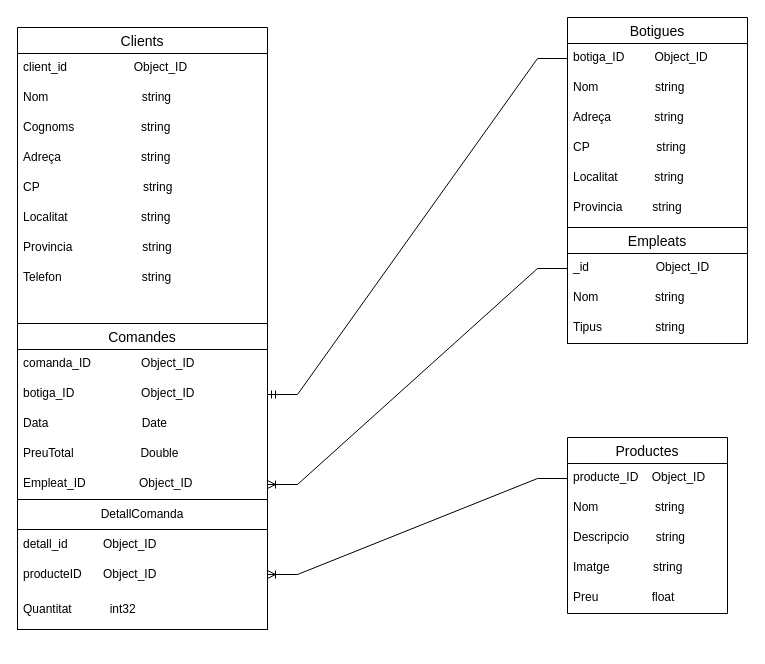
This is MongoDB/Entrega 2.3 - Estructures/pizzeria_tomas/DiagramPizzeria.drawio from tomsanmul/Sprint2, a draw.io file, before an edit. Source tidied: cells renumbered, new cells numbered last; positions are measured from the earlier drawing's top-left corner, leaving out a move shared by most shapes. Both pictures are drawn from the tidied source at 100%, with x=0, y=0 at pixel (17, 17).
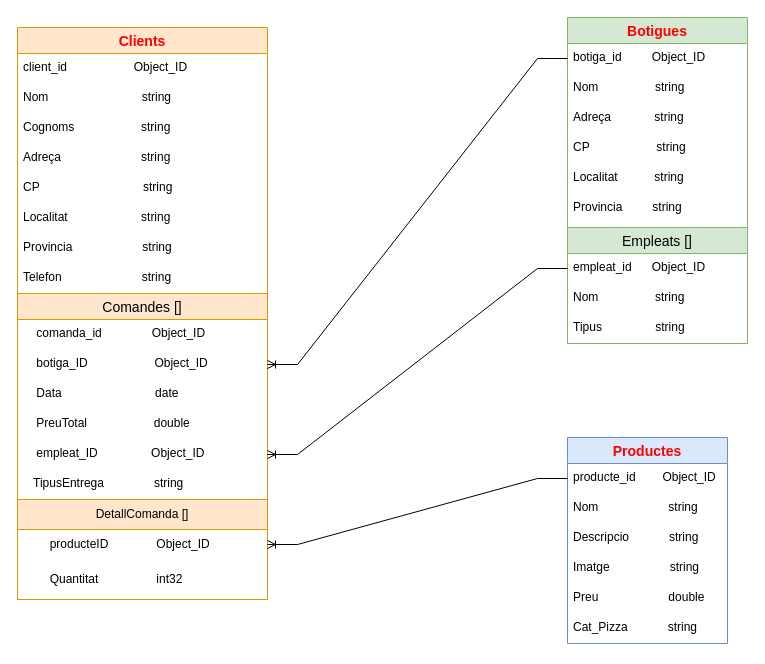
After the change.

Diff of the diagram source:
```diff
@@
-    <mxCell id="2" value="Clients" style="swimlane;fontStyle=0;horizontal=1;startSize=26;align=center;fontSize=14;" parent="1" vertex="1">
-      <mxGeometry y="10" width="250" height="602" as="geometry" />
+    <mxCell id="2" value="Clients" style="swimlane;fontStyle=1;horizontal=1;startSize=26;align=center;fontSize=14;fillColor=#ffe6cc;strokeColor=#d79b00;fontColor=#FF0000;" parent="1" vertex="1">
+      <mxGeometry y="10" width="250" height="572" as="geometry" />
     </mxCell>
@@
-    <mxCell id="11" style="text;strokeColor=none;fillColor=none;spacingLeft=4;spacingRight=4;overflow=hidden;fontSize=12;" parent="2" vertex="1">
-      <mxGeometry y="266" width="250" height="30" as="geometry" />
-    </mxCell>
-    <mxCell id="12" value="Comandes" style="swimlane;fontStyle=0;horizontal=1;startSize=26;align=center;fontSize=14;" parent="2" vertex="1">
-      <mxGeometry y="296" width="250" height="306" as="geometry" />
+    <mxCell id="12" value="Comandes []" style="swimlane;fontStyle=0;horizontal=1;startSize=26;align=center;fontSize=14;fillColor=#ffe6cc;strokeColor=#d79b00;" parent="2" vertex="1">
+      <mxGeometry y="266" width="250" height="306" as="geometry" />
     </mxCell>
-    <mxCell id="13" value="comanda_ID               Object_ID" style="text;strokeColor=none;fillColor=none;spacingLeft=4;spacingRight=4;overflow=hidden;fontSize=12;" parent="12" vertex="1">
+    <mxCell id="13" value="    comanda_id               Object_ID" style="text;strokeColor=none;fillColor=none;spacingLeft=4;spacingRight=4;overflow=hidden;fontSize=12;" parent="12" vertex="1">
       <mxGeometry y="26" width="250" height="30" as="geometry" />
     </mxCell>
-    <mxCell id="14" value="botiga_ID                    Object_ID" style="text;strokeColor=none;fillColor=none;spacingLeft=4;spacingRight=4;overflow=hidden;points=[[0,0.5],[1,0.5]];portConstraint=eastwest;fontSize=12;" parent="12" vertex="1">
+    <mxCell id="14" value="    botiga_ID                    Object_ID" style="text;strokeColor=none;fillColor=none;spacingLeft=4;spacingRight=4;overflow=hidden;points=[[0,0.5],[1,0.5]];portConstraint=eastwest;fontSize=12;" parent="12" vertex="1">
       <mxGeometry y="56" width="250" height="30" as="geometry" />
     </mxCell>
-    <mxCell id="15" value="Data                            Date" style="text;strokeColor=none;fillColor=none;spacingLeft=4;spacingRight=4;overflow=hidden;fontSize=12;" parent="12" vertex="1">
+    <mxCell id="15" value="    Data                            date" style="text;strokeColor=none;fillColor=none;spacingLeft=4;spacingRight=4;overflow=hidden;fontSize=12;" parent="12" vertex="1">
       <mxGeometry y="86" width="250" height="30" as="geometry" />
     </mxCell>
-    <mxCell id="16" value="PreuTotal                    Double" style="text;strokeColor=none;fillColor=none;spacingLeft=4;spacingRight=4;overflow=hidden;fontSize=12;" parent="12" vertex="1">
+    <mxCell id="16" value="    PreuTotal                    double" style="text;strokeColor=none;fillColor=none;spacingLeft=4;spacingRight=4;overflow=hidden;fontSize=12;" parent="12" vertex="1">
       <mxGeometry y="116" width="250" height="30" as="geometry" />
     </mxCell>
-    <mxCell id="17" value="Empleat_ID                Object_ID" style="text;strokeColor=none;fillColor=none;spacingLeft=4;spacingRight=4;overflow=hidden;points=[[0,0.5],[1,0.5]];portConstraint=eastwest;fontSize=12;" parent="12" vertex="1">
+    <mxCell id="17" value="    empleat_ID                Object_ID" style="text;strokeColor=none;fillColor=none;spacingLeft=4;spacingRight=4;overflow=hidden;points=[[0,0.5],[1,0.5]];portConstraint=eastwest;fontSize=12;" parent="12" vertex="1">
       <mxGeometry y="146" width="250" height="30" as="geometry" />
     </mxCell>
+    <mxCell id="42" value="   TipusEntrega               string" style="text;strokeColor=none;fillColor=none;spacingLeft=4;spacingRight=4;overflow=hidden;fontSize=12;" parent="12" vertex="1">
+      <mxGeometry y="176" width="250" height="30" as="geometry" />
+    </mxCell>
-    <mxCell id="18" value="DetallComanda" style="swimlane;fontStyle=0;horizontal=1;startSize=30;whiteSpace=wrap;html=1;" parent="12" vertex="1">
-      <mxGeometry y="176" width="250" height="130" as="geometry" />
+    <mxCell id="18" value="DetallComanda []" style="swimlane;fontStyle=0;horizontal=1;startSize=30;whiteSpace=wrap;html=1;fillColor=#ffe6cc;strokeColor=#d79b00;" parent="12" vertex="1">
+      <mxGeometry y="206" width="250" height="100" as="geometry" />
     </mxCell>
-    <mxCell id="19" value="detall_id&lt;span style=&quot;white-space: pre;&quot;&gt;&#9;&lt;/span&gt;&lt;span style=&quot;white-space: pre;&quot;&gt;&#9;&lt;/span&gt;Object_ID" style="text;strokeColor=none;fillColor=none;align=left;verticalAlign=middle;spacingLeft=4;spacingRight=4;overflow=hidden;whiteSpace=wrap;html=1;" parent="18" vertex="1">
-      <mxGeometry y="30" width="250" height="30" as="geometry" />
-    </mxCell>
-    <mxCell id="20" value="producteID&lt;span style=&quot;white-space: pre;&quot;&gt;&#9;&lt;/span&gt;Object_ID" style="text;strokeColor=none;fillColor=none;align=left;verticalAlign=middle;spacingLeft=4;spacingRight=4;overflow=hidden;points=[[0,0.5],[1,0.5]];portConstraint=eastwest;whiteSpace=wrap;html=1;" parent="18" vertex="1">
-      <mxGeometry y="60" width="250" height="30" as="geometry" />
+    <mxCell id="20" value="&lt;span style=&quot;white-space: pre;&quot;&gt;&#9;&lt;/span&gt;producteID&lt;span style=&quot;white-space: pre;&quot;&gt;&#9;&lt;span style=&quot;white-space: pre;&quot;&gt;&#9;&lt;/span&gt;&lt;/span&gt;Object_ID" style="text;strokeColor=none;fillColor=none;align=left;verticalAlign=middle;spacingLeft=4;spacingRight=4;overflow=hidden;points=[[0,0.5],[1,0.5]];portConstraint=eastwest;whiteSpace=wrap;html=1;" parent="18" vertex="1">
+      <mxGeometry y="30" width="250" height="30" as="geometry" />
     </mxCell>
-    <mxCell id="21" value="Quantitat&lt;span style=&quot;white-space: pre;&quot;&gt;&#9;&lt;/span&gt;&lt;span style=&quot;white-space: pre;&quot;&gt;&#9;&lt;/span&gt;&amp;nbsp; int32" style="text;strokeColor=none;fillColor=none;align=left;verticalAlign=middle;spacingLeft=4;spacingRight=4;overflow=hidden;whiteSpace=wrap;html=1;" parent="18" vertex="1">
-      <mxGeometry y="90" width="250" height="40" as="geometry" />
+    <mxCell id="21" value="&lt;span style=&quot;white-space: pre;&quot;&gt;&#9;&lt;/span&gt;Quantitat&lt;span style=&quot;white-space: pre;&quot;&gt;&#9;&lt;/span&gt;&lt;span style=&quot;white-space: pre;&quot;&gt;&#9;&lt;/span&gt;&amp;nbsp; &lt;span style=&quot;white-space: pre;&quot;&gt;&#9;&lt;/span&gt;int32" style="text;strokeColor=none;fillColor=none;align=left;verticalAlign=middle;spacingLeft=4;spacingRight=4;overflow=hidden;whiteSpace=wrap;html=1;" parent="18" vertex="1">
+      <mxGeometry y="60" width="250" height="40" as="geometry" />
     </mxCell>
-    <mxCell id="22" value="Botigues" style="swimlane;fontStyle=0;horizontal=1;startSize=26;align=center;fontSize=14;" parent="1" vertex="1">
+    <mxCell id="22" value="Botigues" style="swimlane;fontStyle=1;horizontal=1;startSize=26;align=center;fontSize=14;fillColor=#d5e8d4;strokeColor=#82b366;fontColor=#FF0000;" parent="1" vertex="1">
       <mxGeometry x="550" width="180" height="326" as="geometry" />
     </mxCell>
-    <mxCell id="23" value="botiga_ID         Object_ID" style="text;strokeColor=none;fillColor=none;spacingLeft=4;spacingRight=4;overflow=hidden;points=[[0,0.5],[1,0.5]];portConstraint=eastwest;fontSize=12;" parent="22" vertex="1">
+    <mxCell id="23" value="botiga_id         Object_ID" style="text;strokeColor=none;fillColor=none;spacingLeft=4;spacingRight=4;overflow=hidden;points=[[0,0.5],[1,0.5]];portConstraint=eastwest;fontSize=12;" parent="22" vertex="1">
       <mxGeometry y="26" width="180" height="30" as="geometry" />
     </mxCell>
@@
-    <mxCell id="29" value="Empleats" style="swimlane;fontStyle=0;horizontal=1;startSize=26;align=center;fontSize=14;" parent="22" vertex="1">
+    <mxCell id="29" value="Empleats []" style="swimlane;fontStyle=0;horizontal=1;startSize=26;align=center;fontSize=14;fillColor=#d5e8d4;strokeColor=#82b366;" parent="22" vertex="1">
       <mxGeometry y="210" width="180" height="116" as="geometry" />
     </mxCell>
-    <mxCell id="30" value="_id                    Object_ID" style="text;strokeColor=none;fillColor=none;spacingLeft=4;spacingRight=4;overflow=hidden;points=[[0,0.5],[1,0.5]];portConstraint=eastwest;fontSize=12;" parent="29" vertex="1">
+    <mxCell id="30" value="empleat_id      Object_ID" style="text;strokeColor=none;fillColor=none;spacingLeft=4;spacingRight=4;overflow=hidden;points=[[0,0.5],[1,0.5]];portConstraint=eastwest;fontSize=12;" parent="29" vertex="1">
       <mxGeometry y="26" width="180" height="30" as="geometry" />
     </mxCell>
@@
-    <mxCell id="33" value="Productes" style="swimlane;fontStyle=0;horizontal=1;startSize=26;align=center;fontSize=14;" parent="1" vertex="1">
-      <mxGeometry x="550" y="420" width="160" height="176" as="geometry" />
+    <mxCell id="33" value="Productes" style="swimlane;fontStyle=1;horizontal=1;startSize=26;align=center;fontSize=14;fillColor=#dae8fc;strokeColor=#6c8ebf;fontColor=#FF0000;" parent="1" vertex="1">
+      <mxGeometry x="550" y="420" width="160" height="206" as="geometry" />
     </mxCell>
-    <mxCell id="34" value="producte_ID    Object_ID" style="text;strokeColor=none;fillColor=none;spacingLeft=4;spacingRight=4;overflow=hidden;points=[[0,0.5],[1,0.5]];portConstraint=eastwest;fontSize=12;" parent="33" vertex="1">
+    <mxCell id="34" value="producte_id        Object_ID" style="text;strokeColor=none;fillColor=none;spacingLeft=4;spacingRight=4;overflow=hidden;points=[[0,0.5],[1,0.5]];portConstraint=eastwest;fontSize=12;" parent="33" vertex="1">
       <mxGeometry y="26" width="160" height="30" as="geometry" />
     </mxCell>
-    <mxCell id="35" value="Nom                  string" style="text;strokeColor=none;fillColor=none;spacingLeft=4;spacingRight=4;overflow=hidden;fontSize=12;" parent="33" vertex="1">
+    <mxCell id="35" value="Nom                     string" style="text;strokeColor=none;fillColor=none;spacingLeft=4;spacingRight=4;overflow=hidden;fontSize=12;" parent="33" vertex="1">
       <mxGeometry y="56" width="160" height="30" as="geometry" />
     </mxCell>
-    <mxCell id="36" value="Descripcio        string&#10;    &#10;" style="text;strokeColor=none;fillColor=none;spacingLeft=4;spacingRight=4;overflow=hidden;fontSize=12;" parent="33" vertex="1">
+    <mxCell id="36" value="Descripcio            string&#10;    &#10;" style="text;strokeColor=none;fillColor=none;spacingLeft=4;spacingRight=4;overflow=hidden;fontSize=12;" parent="33" vertex="1">
       <mxGeometry y="86" width="160" height="30" as="geometry" />
     </mxCell>
-    <mxCell id="37" value="Imatge              string" style="text;strokeColor=none;fillColor=none;spacingLeft=4;spacingRight=4;overflow=hidden;fontSize=12;" parent="33" vertex="1">
+    <mxCell id="37" value="Imatge                  string" style="text;strokeColor=none;fillColor=none;spacingLeft=4;spacingRight=4;overflow=hidden;fontSize=12;" parent="33" vertex="1">
       <mxGeometry y="116" width="160" height="30" as="geometry" />
     </mxCell>
-    <mxCell id="38" value="Preu                float" style="text;strokeColor=none;fillColor=none;spacingLeft=4;spacingRight=4;overflow=hidden;fontSize=12;" parent="33" vertex="1">
+    <mxCell id="38" value="Preu                     double" style="text;strokeColor=none;fillColor=none;spacingLeft=4;spacingRight=4;overflow=hidden;fontSize=12;" parent="33" vertex="1">
       <mxGeometry y="146" width="160" height="30" as="geometry" />
     </mxCell>
+    <mxCell id="43" value="Cat_Pizza            string" style="text;strokeColor=none;fillColor=none;spacingLeft=4;spacingRight=4;overflow=hidden;fontSize=12;" parent="33" vertex="1">
+      <mxGeometry y="176" width="160" height="30" as="geometry" />
+    </mxCell>
@@
-    <mxCell id="41" style="edgeStyle=entityRelationEdgeStyle;fontSize=12;html=1;endArrow=ERmandOne;rounded=0;" parent="1" edge="1" source="23" target="14">
+    <mxCell id="41" style="edgeStyle=entityRelationEdgeStyle;fontSize=12;html=1;endArrow=ERoneToMany;rounded=0;fontColor=#FF0000;" parent="1" edge="1" source="23" target="14">
       <mxGeometry relative="1" as="geometry" />
     </mxCell>
```
